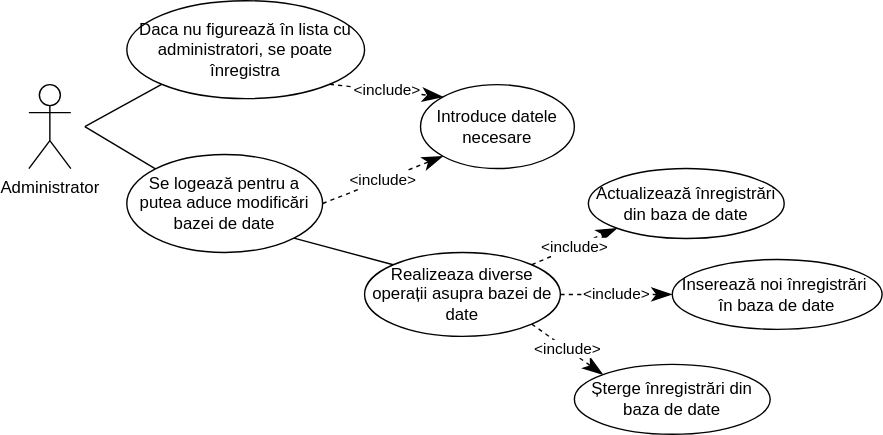
The draw.io diagram public/images/doc/admin_usecase.svg in IoanSava/Our-WebApp, before a commit. Source tidied: cells renumbered, new cells last; positions are measured from the earlier drawing's top-left corner, leaving out a move shared by most shapes. Its diagram source:
```xml
<mxGraphModel>
  <root>
    <mxCell id="0" />
    <mxCell id="1" parent="0" />
    <mxCell id="2" style="edgeStyle=none;rounded=0;jettySize=auto;html=1;entryX=0;entryY=0;entryDx=0;entryDy=0;endArrow=none;endFill=0;" parent="1" edge="1" target="5">
      <mxGeometry relative="1" as="geometry">
        <mxPoint x="40" y="90" as="sourcePoint" />
      </mxGeometry>
    </mxCell>
    <mxCell id="3" value="Administrator" style="shape=umlActor;verticalLabelPosition=bottom;labelBackgroundColor=#ffffff;verticalAlign=top;html=1;" parent="1" vertex="1">
      <mxGeometry y="60" width="30" height="60" as="geometry" />
    </mxCell>
    <mxCell id="4" style="edgeStyle=none;rounded=0;jettySize=auto;html=1;exitX=1;exitY=1;exitDx=0;exitDy=0;entryX=0;entryY=0;entryDx=0;entryDy=0;endArrow=none;endFill=0;" parent="1" edge="1" source="5" target="11">
      <mxGeometry relative="1" as="geometry" />
    </mxCell>
    <mxCell id="5" value="Se logează pentru a putea aduce modificări bazei de date" style="ellipse;whiteSpace=wrap;html=1;" parent="1" vertex="1">
      <mxGeometry x="70" y="110" width="140" height="70" as="geometry" />
    </mxCell>
    <mxCell id="6" value="Introduce datele necesare" style="ellipse;whiteSpace=wrap;html=1;" parent="1" vertex="1">
      <mxGeometry x="280" y="60" width="110" height="60" as="geometry" />
    </mxCell>
    <mxCell id="7" style="rounded=0;jettySize=auto;html=1;exitX=0;exitY=1;exitDx=0;exitDy=0;endArrow=none;endFill=0;" parent="1" edge="1" source="8">
      <mxGeometry relative="1" as="geometry">
        <mxPoint x="40" y="90" as="targetPoint" />
      </mxGeometry>
    </mxCell>
    <mxCell id="8" value="Daca nu figurează în lista cu administratori, se poate înregistra" style="ellipse;whiteSpace=wrap;html=1;" parent="1" vertex="1">
      <mxGeometry x="70" width="170" height="70" as="geometry" />
    </mxCell>
    <mxCell id="9" value="&amp;lt;include&amp;gt;" style="endArrow=classicThin;endSize=12;dashed=1;html=1;exitX=1;exitY=1;exitDx=0;exitDy=0;entryX=0;entryY=0;entryDx=0;entryDy=0;endFill=1;" parent="1" edge="1" source="8" target="6">
      <mxGeometry relative="1" as="geometry" />
    </mxCell>
    <mxCell id="10" value="&amp;lt;include&amp;gt;" style="endArrow=classicThin;endSize=12;dashed=1;html=1;exitX=1;exitY=0.5;exitDx=0;exitDy=0;entryX=0;entryY=1;entryDx=0;entryDy=0;endFill=1;" parent="1" edge="1" source="5" target="6">
      <mxGeometry relative="1" as="geometry" />
    </mxCell>
    <mxCell id="11" value="Realizeaza diverse operații asupra bazei de date" style="ellipse;whiteSpace=wrap;html=1;" parent="1" vertex="1">
      <mxGeometry x="240" y="180" width="140" height="60" as="geometry" />
    </mxCell>
    <mxCell id="12" value="&amp;lt;include&amp;gt;" style="endArrow=classicThin;endSize=12;dashed=1;html=1;exitX=1;exitY=0;exitDx=0;exitDy=0;entryX=0;entryY=1;entryDx=0;entryDy=0;endFill=1;" parent="1" edge="1" source="11" target="17">
      <mxGeometry relative="1" as="geometry" />
    </mxCell>
    <mxCell id="13" value="&amp;lt;include&amp;gt;" style="endArrow=classicThin;endSize=12;dashed=1;html=1;exitX=1;exitY=0.5;exitDx=0;exitDy=0;entryX=0;entryY=0.5;entryDx=0;entryDy=0;endFill=1;" parent="1" edge="1" source="11" target="15">
      <mxGeometry relative="1" as="geometry" />
    </mxCell>
    <mxCell id="14" value="&amp;lt;include&amp;gt;" style="endArrow=classicThin;endSize=12;dashed=1;html=1;exitX=1;exitY=1;exitDx=0;exitDy=0;entryX=0;entryY=0;entryDx=0;entryDy=0;endFill=1;" parent="1" edge="1" source="11" target="16">
      <mxGeometry relative="1" as="geometry" />
    </mxCell>
    <mxCell id="15" value="Inserează noi înregistrări&amp;nbsp; în baza de date" style="ellipse;whiteSpace=wrap;html=1;" parent="1" vertex="1">
      <mxGeometry x="460" y="185" width="150" height="50" as="geometry" />
    </mxCell>
    <mxCell id="16" value="Șterge înregistrări din baza de date" style="ellipse;whiteSpace=wrap;html=1;" parent="1" vertex="1">
      <mxGeometry x="390" y="260" width="140" height="50" as="geometry" />
    </mxCell>
    <mxCell id="17" value="Actualizează înregistrări din baza de date" style="ellipse;whiteSpace=wrap;html=1;" parent="1" vertex="1">
      <mxGeometry x="400" y="120" width="140" height="50" as="geometry" />
    </mxCell>
  </root>
</mxGraphModel>
```
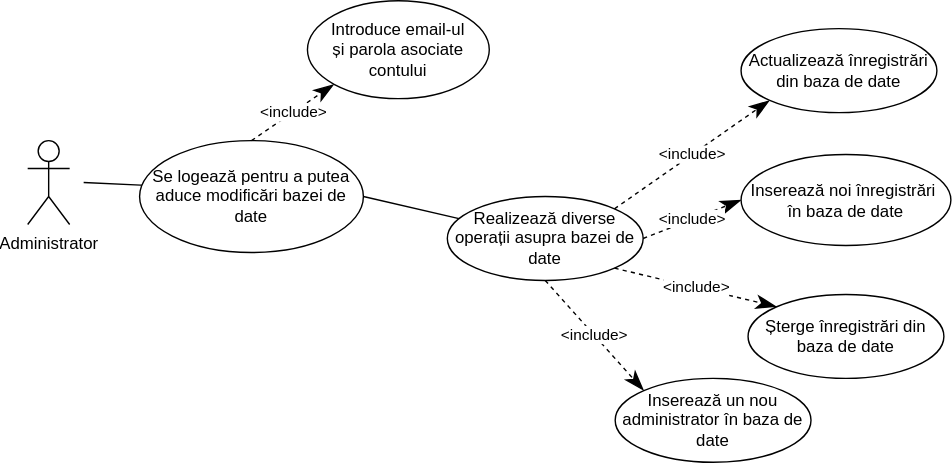
The same diagram one commit later.

Commit message:
Documentation - charts use cases + admin

The edit, as a diff of the source:
```diff
@@ -2,7 +2,7 @@
   <root>
     <mxCell id="0" />
     <mxCell id="1" parent="0" />
-    <mxCell id="2" style="edgeStyle=none;rounded=0;jettySize=auto;html=1;entryX=0;entryY=0;entryDx=0;entryDy=0;endArrow=none;endFill=0;" parent="1" edge="1" target="5">
+    <mxCell id="2" style="edgeStyle=none;rounded=0;jettySize=auto;html=1;entryX=0.029;entryY=0.4;entryDx=0;entryDy=0;endArrow=none;endFill=0;entryPerimeter=0;" parent="1" edge="1" target="5">
       <mxGeometry relative="1" as="geometry">
         <mxPoint x="40" y="90" as="sourcePoint" />
       </mxGeometry>
@@ -10,31 +10,14 @@
     <mxCell id="3" value="Administrator" style="shape=umlActor;verticalLabelPosition=bottom;labelBackgroundColor=#ffffff;verticalAlign=top;html=1;" parent="1" vertex="1">
       <mxGeometry y="60" width="30" height="60" as="geometry" />
     </mxCell>
-    <mxCell id="4" style="edgeStyle=none;rounded=0;jettySize=auto;html=1;exitX=1;exitY=1;exitDx=0;exitDy=0;entryX=0;entryY=0;entryDx=0;entryDy=0;endArrow=none;endFill=0;" parent="1" edge="1" source="5" target="11">
+    <mxCell id="4" style="edgeStyle=none;rounded=0;jettySize=auto;html=1;exitX=1;exitY=0.5;exitDx=0;exitDy=0;endArrow=none;endFill=0;" parent="1" edge="1" source="5" target="11">
       <mxGeometry relative="1" as="geometry" />
     </mxCell>
     <mxCell id="5" value="Se logează pentru a putea aduce modificări bazei de date" style="ellipse;whiteSpace=wrap;html=1;" parent="1" vertex="1">
-      <mxGeometry x="70" y="110" width="140" height="70" as="geometry" />
+      <mxGeometry x="80" y="60" width="160" height="80" as="geometry" />
     </mxCell>
-    <mxCell id="6" value="Introduce datele necesare" style="ellipse;whiteSpace=wrap;html=1;" parent="1" vertex="1">
-      <mxGeometry x="280" y="60" width="110" height="60" as="geometry" />
-    </mxCell>
-    <mxCell id="7" style="rounded=0;jettySize=auto;html=1;exitX=0;exitY=1;exitDx=0;exitDy=0;endArrow=none;endFill=0;" parent="1" edge="1" source="8">
-      <mxGeometry relative="1" as="geometry">
-        <mxPoint x="40" y="90" as="targetPoint" />
-      </mxGeometry>
-    </mxCell>
-    <mxCell id="8" value="Daca nu figurează în lista cu administratori, se poate înregistra" style="ellipse;whiteSpace=wrap;html=1;" parent="1" vertex="1">
-      <mxGeometry x="70" width="170" height="70" as="geometry" />
-    </mxCell>
-    <mxCell id="9" value="&amp;lt;include&amp;gt;" style="endArrow=classicThin;endSize=12;dashed=1;html=1;exitX=1;exitY=1;exitDx=0;exitDy=0;entryX=0;entryY=0;entryDx=0;entryDy=0;endFill=1;" parent="1" edge="1" source="8" target="6">
-      <mxGeometry relative="1" as="geometry" />
-    </mxCell>
-    <mxCell id="10" value="&amp;lt;include&amp;gt;" style="endArrow=classicThin;endSize=12;dashed=1;html=1;exitX=1;exitY=0.5;exitDx=0;exitDy=0;entryX=0;entryY=1;entryDx=0;entryDy=0;endFill=1;" parent="1" edge="1" source="5" target="6">
-      <mxGeometry relative="1" as="geometry" />
-    </mxCell>
-    <mxCell id="11" value="Realizeaza diverse operații asupra bazei de date" style="ellipse;whiteSpace=wrap;html=1;" parent="1" vertex="1">
-      <mxGeometry x="240" y="180" width="140" height="60" as="geometry" />
+    <mxCell id="11" value="Realizează diverse operații asupra bazei de date" style="ellipse;whiteSpace=wrap;html=1;" parent="1" vertex="1">
+      <mxGeometry x="300" y="100" width="140" height="60" as="geometry" />
     </mxCell>
     <mxCell id="12" value="&amp;lt;include&amp;gt;" style="endArrow=classicThin;endSize=12;dashed=1;html=1;exitX=1;exitY=0;exitDx=0;exitDy=0;entryX=0;entryY=1;entryDx=0;entryDy=0;endFill=1;" parent="1" edge="1" source="11" target="17">
       <mxGeometry relative="1" as="geometry" />
@@ -46,13 +29,25 @@
       <mxGeometry relative="1" as="geometry" />
     </mxCell>
     <mxCell id="15" value="Inserează noi înregistrări&amp;nbsp; în baza de date" style="ellipse;whiteSpace=wrap;html=1;" parent="1" vertex="1">
-      <mxGeometry x="460" y="185" width="150" height="50" as="geometry" />
+      <mxGeometry x="510" y="70" width="150" height="65" as="geometry" />
     </mxCell>
     <mxCell id="16" value="Șterge înregistrări din baza de date" style="ellipse;whiteSpace=wrap;html=1;" parent="1" vertex="1">
-      <mxGeometry x="390" y="260" width="140" height="50" as="geometry" />
+      <mxGeometry x="515" y="170" width="140" height="60" as="geometry" />
     </mxCell>
     <mxCell id="17" value="Actualizează înregistrări din baza de date" style="ellipse;whiteSpace=wrap;html=1;" parent="1" vertex="1">
-      <mxGeometry x="400" y="120" width="140" height="50" as="geometry" />
+      <mxGeometry x="510" y="-20" width="140" height="60" as="geometry" />
     </mxCell>
+    <mxCell id="18" value="&lt;div&gt;Introduce email-ul&lt;/div&gt;&lt;div&gt;și parola asociate&lt;/div&gt;&lt;div&gt;contului&lt;br&gt;&lt;/div&gt;" style="ellipse;whiteSpace=wrap;html=1;" parent="1" vertex="1">
+      <mxGeometry x="200" y="-40" width="130" height="70" as="geometry" />
+    </mxCell>
+    <mxCell id="19" value="&amp;lt;include&amp;gt;" style="endArrow=classicThin;endSize=12;dashed=1;html=1;exitX=0.5;exitY=0;exitDx=0;exitDy=0;entryX=0;entryY=1;entryDx=0;entryDy=0;endFill=1;" parent="1" edge="1" source="5" target="18">
+      <mxGeometry relative="1" as="geometry" />
+    </mxCell>
+    <mxCell id="20" value="Inserează un nou administrator în baza de date" style="ellipse;whiteSpace=wrap;html=1;" parent="1" vertex="1">
+      <mxGeometry x="420" y="230" width="140" height="60" as="geometry" />
+    </mxCell>
+    <mxCell id="21" value="&amp;lt;include&amp;gt;" style="endArrow=classicThin;endSize=12;dashed=1;html=1;exitX=0.5;exitY=1;exitDx=0;exitDy=0;entryX=0;entryY=0;entryDx=0;entryDy=0;endFill=1;" parent="1" edge="1" source="11" target="20">
+      <mxGeometry relative="1" as="geometry" />
+    </mxCell>
   </root>
 </mxGraphModel>
```
